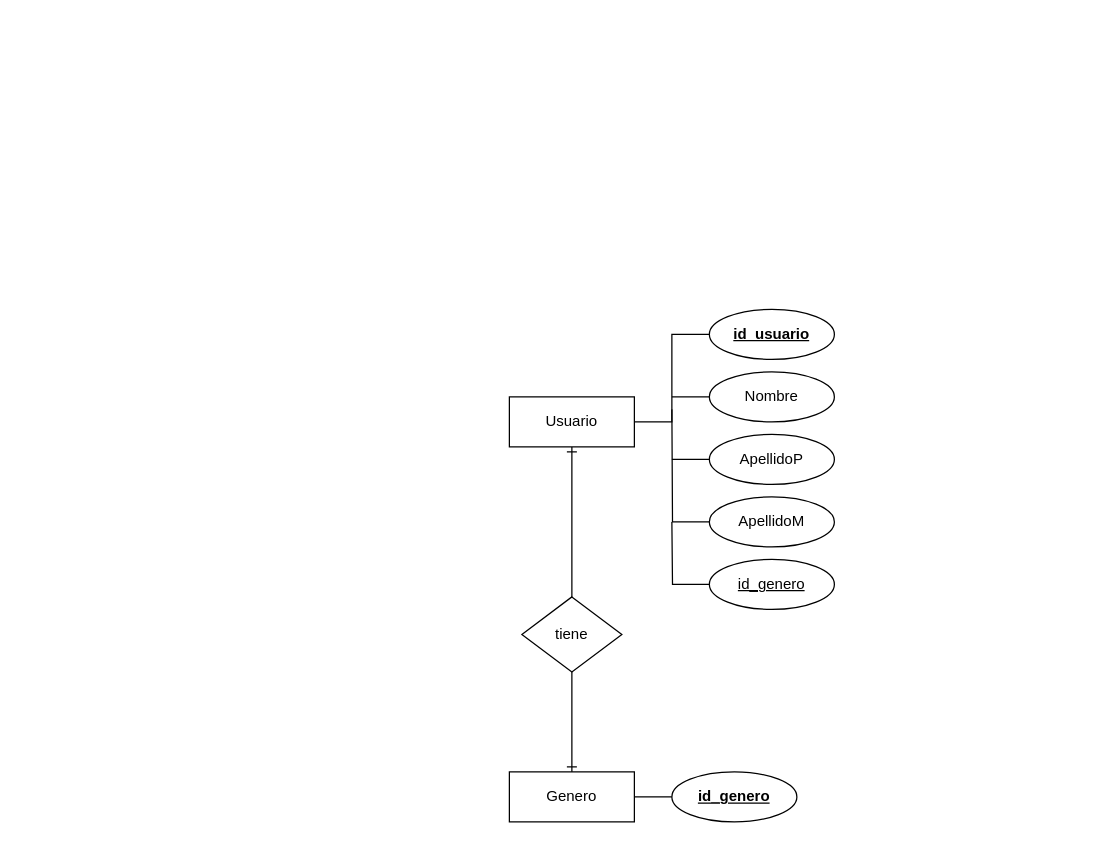
The draw.io diagram BD Gestion psicologia.drawio in achel13/drawio, before the edit. Source tidied: cells renumbered, new cells numbered last; positions are measured from the earlier drawing's top-left corner, leaving out a move shared by most shapes. Both pictures are drawn from the tidied source at 125%, with x=0, y=0 at pixel (509, 309).
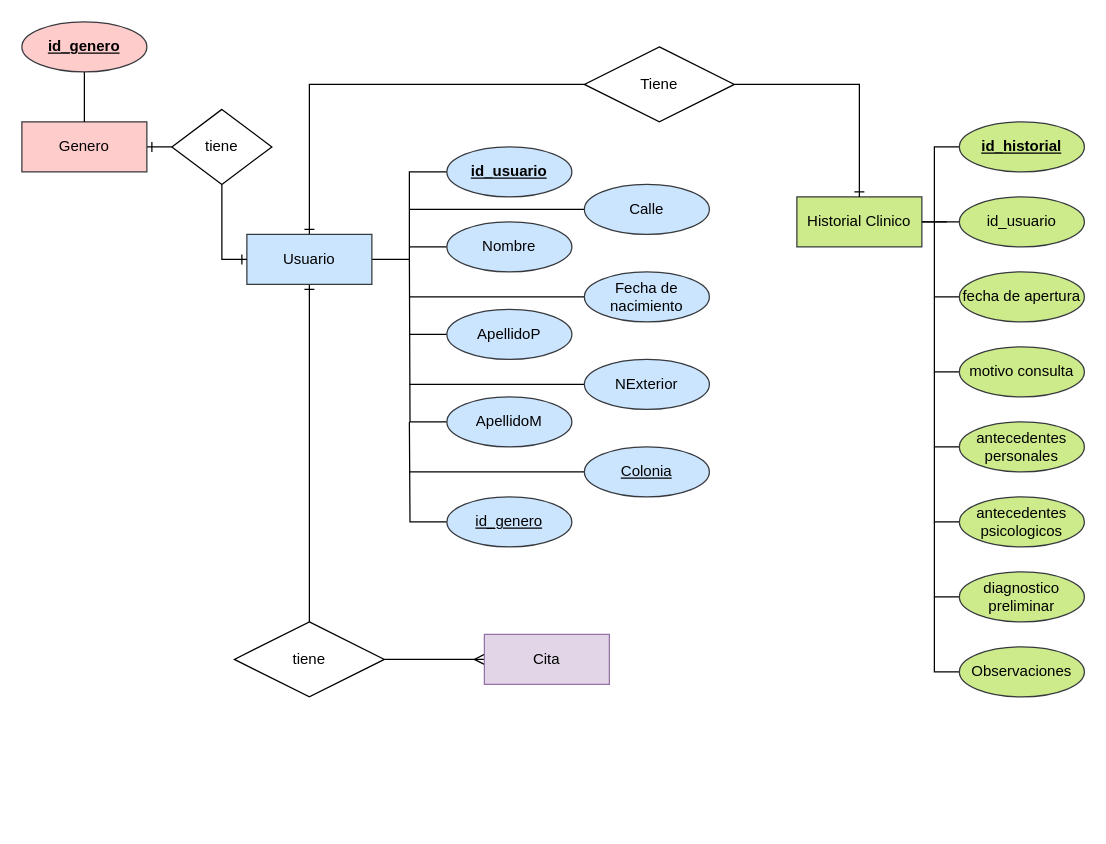
After the change.

Diff of the diagram source:
```diff
@@
+    <mxCell id="19" style="edgeStyle=orthogonalEdgeStyle;rounded=0;jettySize=auto;html=1;entryX=0;entryY=0.5;entryDx=0;entryDy=0;endArrow=none;endFill=0;startArrow=ERone;startFill=0;" parent="1" edge="1" source="3" target="32">
+      <mxGeometry relative="1" as="geometry">
+        <Array as="points">
+          <mxPoint x="-160" y="-180" />
+        </Array>
+      </mxGeometry>
+    </mxCell>
+    <mxCell id="20" style="edgeStyle=orthogonalEdgeStyle;rounded=0;jettySize=auto;html=1;endArrow=none;endFill=0;startArrow=ERone;startFill=0;" parent="1" edge="1" source="3">
+      <mxGeometry relative="1" as="geometry">
+        <mxPoint x="-160" y="250" as="targetPoint" />
+      </mxGeometry>
+    </mxCell>
-    <mxCell id="3" value="Usuario" style="whiteSpace=wrap;html=1;align=center;" parent="1" vertex="1">
-      <mxGeometry y="70" width="100" height="40" as="geometry" />
+    <mxCell id="3" value="Usuario" style="whiteSpace=wrap;html=1;align=center;fillColor=#cce5ff;strokeColor=#36393d;" parent="1" vertex="1">
+      <mxGeometry x="-210" y="-60" width="100" height="40" as="geometry" />
     </mxCell>
     <mxCell id="4" style="edgeStyle=orthogonalEdgeStyle;rounded=0;jettySize=auto;html=1;exitX=0;exitY=0.5;exitDx=0;exitDy=0;endArrow=none;endFill=0;" parent="1" edge="1" source="5">
       <mxGeometry relative="1" as="geometry">
-        <mxPoint x="130" y="69.7" as="targetPoint" />
+        <mxPoint x="-80" y="-50.3" as="targetPoint" />
       </mxGeometry>
     </mxCell>
-    <mxCell id="5" value="Nombre" style="ellipse;whiteSpace=wrap;html=1;align=center;" parent="1" vertex="1">
-      <mxGeometry x="160" y="50" width="100" height="40" as="geometry" />
+    <mxCell id="5" value="Nombre" style="ellipse;whiteSpace=wrap;html=1;align=center;fillColor=#cce5ff;strokeColor=#36393d;" parent="1" vertex="1">
+      <mxGeometry x="-50" y="-70" width="100" height="40" as="geometry" />
     </mxCell>
     <mxCell id="6" style="edgeStyle=orthogonalEdgeStyle;rounded=0;jettySize=auto;html=1;exitX=0;exitY=0.5;exitDx=0;exitDy=0;endArrow=none;endFill=0;" parent="1" edge="1" source="7">
       <mxGeometry relative="1" as="geometry">
-        <mxPoint x="130" y="119.7" as="targetPoint" />
+        <mxPoint x="-80" y="19.7" as="targetPoint" />
       </mxGeometry>
     </mxCell>
-    <mxCell id="7" value="ApellidoP" style="ellipse;whiteSpace=wrap;html=1;align=center;" parent="1" vertex="1">
-      <mxGeometry x="160" y="100" width="100" height="40" as="geometry" />
+    <mxCell id="7" value="ApellidoP" style="ellipse;whiteSpace=wrap;html=1;align=center;fillColor=#cce5ff;strokeColor=#36393d;" parent="1" vertex="1">
+      <mxGeometry x="-50" width="100" height="40" as="geometry" />
     </mxCell>
     <mxCell id="8" style="edgeStyle=orthogonalEdgeStyle;rounded=0;jettySize=auto;html=1;endArrow=none;endFill=0;" parent="1" edge="1" source="9">
       <mxGeometry relative="1" as="geometry">
-        <mxPoint x="130" y="80" as="targetPoint" />
+        <mxPoint x="-80" y="-40" as="targetPoint" />
       </mxGeometry>
     </mxCell>
-    <mxCell id="9" value="ApellidoM" style="ellipse;whiteSpace=wrap;html=1;align=center;" parent="1" vertex="1">
-      <mxGeometry x="160" y="150" width="100" height="40" as="geometry" />
+    <mxCell id="9" value="ApellidoM" style="ellipse;whiteSpace=wrap;html=1;align=center;fillColor=#cce5ff;strokeColor=#36393d;" parent="1" vertex="1">
+      <mxGeometry x="-50" y="70" width="100" height="40" as="geometry" />
     </mxCell>
-    <mxCell id="10" style="edgeStyle=orthogonalEdgeStyle;rounded=0;jettySize=auto;html=1;entryX=0.5;entryY=1;entryDx=0;entryDy=0;endArrow=ERone;endFill=0;" parent="1" edge="1" source="12" target="3">
+    <mxCell id="10" style="edgeStyle=orthogonalEdgeStyle;rounded=0;jettySize=auto;html=1;entryX=0;entryY=0.5;entryDx=0;entryDy=0;endArrow=ERone;endFill=0;" parent="1" edge="1" source="12" target="3">
       <mxGeometry relative="1" as="geometry" />
     </mxCell>
-    <mxCell id="11" style="edgeStyle=orthogonalEdgeStyle;rounded=0;jettySize=auto;html=1;endArrow=ERone;endFill=0;" parent="1" edge="1" source="12" target="16">
+    <mxCell id="11" style="edgeStyle=orthogonalEdgeStyle;rounded=0;jettySize=auto;html=1;entryX=1;entryY=0.5;entryDx=0;entryDy=0;endArrow=ERone;endFill=0;" parent="1" edge="1" source="12" target="16">
       <mxGeometry relative="1" as="geometry" />
     </mxCell>
     <mxCell id="12" value="tiene" style="shape=rhombus;perimeter=rhombusPerimeter;whiteSpace=wrap;html=1;align=center;" parent="1" vertex="1">
-      <mxGeometry x="10" y="230" width="80" height="60" as="geometry" />
+      <mxGeometry x="-270" y="-160" width="80" height="60" as="geometry" />
     </mxCell>
-    <mxCell id="13" value="id_usuario" style="ellipse;whiteSpace=wrap;html=1;align=center;fontStyle=5;" parent="1" vertex="1">
-      <mxGeometry x="160" width="100" height="40" as="geometry" />
+    <mxCell id="13" value="id_usuario" style="ellipse;whiteSpace=wrap;html=1;align=center;fontStyle=5;fillColor=#cce5ff;strokeColor=#36393d;" parent="1" vertex="1">
+      <mxGeometry x="-50" y="-130" width="100" height="40" as="geometry" />
     </mxCell>
     <mxCell id="14" style="edgeStyle=orthogonalEdgeStyle;rounded=0;jettySize=auto;html=1;endArrow=none;endFill=0;" parent="1" edge="1" source="15">
       <mxGeometry relative="1" as="geometry">
-        <mxPoint x="130" y="170" as="targetPoint" />
+        <mxPoint x="-80" y="90" as="targetPoint" />
       </mxGeometry>
     </mxCell>
-    <mxCell id="15" value="id_genero" style="ellipse;whiteSpace=wrap;html=1;align=center;fontStyle=4;" parent="1" vertex="1">
-      <mxGeometry x="160" y="200" width="100" height="40" as="geometry" />
+    <mxCell id="15" value="id_genero" style="ellipse;whiteSpace=wrap;html=1;align=center;fontStyle=4;fillColor=#cce5ff;strokeColor=#36393d;" parent="1" vertex="1">
+      <mxGeometry x="-50" y="150" width="100" height="40" as="geometry" />
     </mxCell>
-    <mxCell id="16" value="Genero" style="whiteSpace=wrap;html=1;align=center;" parent="1" vertex="1">
-      <mxGeometry y="370" width="100" height="40" as="geometry" />
+    <mxCell id="16" value="Genero" style="whiteSpace=wrap;html=1;align=center;fillColor=#ffcccc;strokeColor=#36393d;" parent="1" vertex="1">
+      <mxGeometry x="-390" y="-150" width="100" height="40" as="geometry" />
     </mxCell>
-    <mxCell id="17" style="edgeStyle=orthogonalEdgeStyle;rounded=0;jettySize=auto;html=1;exitX=0;exitY=0.5;exitDx=0;exitDy=0;endArrow=none;endFill=0;" parent="1" edge="1" source="18" target="16">
+    <mxCell id="17" style="edgeStyle=orthogonalEdgeStyle;rounded=0;jettySize=auto;html=1;exitX=0.5;exitY=1;exitDx=0;exitDy=0;endArrow=none;endFill=0;" parent="1" edge="1" source="18" target="16">
       <mxGeometry relative="1" as="geometry" />
     </mxCell>
-    <mxCell id="18" value="id_genero" style="ellipse;whiteSpace=wrap;html=1;align=center;fontStyle=5;" parent="1" vertex="1">
-      <mxGeometry x="130" y="370" width="100" height="40" as="geometry" />
+    <mxCell id="18" value="id_genero" style="ellipse;whiteSpace=wrap;html=1;align=center;fontStyle=5;fillColor=#ffcccc;strokeColor=#36393d;" parent="1" vertex="1">
+      <mxGeometry x="-390" y="-230" width="100" height="40" as="geometry" />
     </mxCell>
+    <mxCell id="21" style="edgeStyle=orthogonalEdgeStyle;rounded=0;jettySize=auto;html=1;endArrow=none;endFill=0;" parent="1" edge="1" source="22">
+      <mxGeometry relative="1" as="geometry">
+        <mxPoint x="-80" y="-10" as="targetPoint" />
+      </mxGeometry>
+    </mxCell>
+    <mxCell id="22" value="Fecha de nacimiento" style="ellipse;whiteSpace=wrap;html=1;align=center;fillColor=#cce5ff;strokeColor=#36393d;" parent="1" vertex="1">
+      <mxGeometry x="60" y="-30" width="100" height="40" as="geometry" />
+    </mxCell>
+    <mxCell id="23" style="edgeStyle=orthogonalEdgeStyle;rounded=0;jettySize=auto;html=1;endArrow=none;endFill=0;" parent="1" edge="1" source="24">
+      <mxGeometry relative="1" as="geometry">
+        <mxPoint x="-80" y="-80" as="targetPoint" />
+      </mxGeometry>
+    </mxCell>
+    <mxCell id="24" value="Calle" style="ellipse;whiteSpace=wrap;html=1;align=center;fillColor=#cce5ff;strokeColor=#36393d;" parent="1" vertex="1">
+      <mxGeometry x="60" y="-100" width="100" height="40" as="geometry" />
+    </mxCell>
+    <mxCell id="25" style="edgeStyle=orthogonalEdgeStyle;rounded=0;jettySize=auto;html=1;endArrow=none;endFill=0;" parent="1" edge="1" source="26">
+      <mxGeometry relative="1" as="geometry">
+        <mxPoint x="-80" y="60" as="targetPoint" />
+      </mxGeometry>
+    </mxCell>
+    <mxCell id="26" value="NExterior" style="ellipse;whiteSpace=wrap;html=1;align=center;fillColor=#cce5ff;strokeColor=#36393d;" parent="1" vertex="1">
+      <mxGeometry x="60" y="40" width="100" height="40" as="geometry" />
+    </mxCell>
+    <mxCell id="27" style="edgeStyle=orthogonalEdgeStyle;rounded=0;jettySize=auto;html=1;endArrow=none;endFill=0;" parent="1" edge="1" source="28">
+      <mxGeometry relative="1" as="geometry">
+        <mxPoint x="-80" y="130" as="targetPoint" />
+      </mxGeometry>
+    </mxCell>
+    <mxCell id="28" value="Colonia" style="ellipse;whiteSpace=wrap;html=1;align=center;fontStyle=4;fillColor=#cce5ff;strokeColor=#36393d;" parent="1" vertex="1">
+      <mxGeometry x="60" y="110" width="100" height="40" as="geometry" />
+    </mxCell>
+    <mxCell id="29" style="edgeStyle=orthogonalEdgeStyle;rounded=0;jettySize=auto;html=1;exitX=1;exitY=0.5;exitDx=0;exitDy=0;endArrow=none;endFill=0;" parent="1" edge="1" source="30">
+      <mxGeometry relative="1" as="geometry">
+        <mxPoint x="350" y="-70" as="targetPoint" />
+      </mxGeometry>
+    </mxCell>
+    <mxCell id="30" value="Historial Clinico" style="whiteSpace=wrap;html=1;align=center;fillColor=#cdeb8b;strokeColor=#36393d;" parent="1" vertex="1">
+      <mxGeometry x="230" y="-90" width="100" height="40" as="geometry" />
+    </mxCell>
+    <mxCell id="31" style="edgeStyle=orthogonalEdgeStyle;rounded=0;jettySize=auto;html=1;entryX=0.5;entryY=0;entryDx=0;entryDy=0;endArrow=ERone;endFill=0;startArrow=none;startFill=0;" parent="1" edge="1" source="32" target="30">
+      <mxGeometry relative="1" as="geometry" />
+    </mxCell>
+    <mxCell id="32" value="Tiene" style="shape=rhombus;perimeter=rhombusPerimeter;whiteSpace=wrap;html=1;align=center;" parent="1" vertex="1">
+      <mxGeometry x="60" y="-210" width="120" height="60" as="geometry" />
+    </mxCell>
+    <mxCell id="33" style="edgeStyle=orthogonalEdgeStyle;rounded=0;jettySize=auto;html=1;endArrow=none;endFill=0;" parent="1" edge="1" source="34">
+      <mxGeometry relative="1" as="geometry">
+        <mxPoint x="340" y="-70" as="targetPoint" />
+      </mxGeometry>
+    </mxCell>
+    <mxCell id="34" value="id_historial" style="ellipse;whiteSpace=wrap;html=1;align=center;fontStyle=5;fillColor=#cdeb8b;strokeColor=#36393d;" parent="1" vertex="1">
+      <mxGeometry x="360" y="-150" width="100" height="40" as="geometry" />
+    </mxCell>
+    <mxCell id="35" style="edgeStyle=orthogonalEdgeStyle;rounded=0;jettySize=auto;html=1;entryX=1;entryY=0.5;entryDx=0;entryDy=0;endArrow=none;endFill=0;" parent="1" edge="1" source="36" target="30">
+      <mxGeometry relative="1" as="geometry" />
+    </mxCell>
+    <mxCell id="36" value="id_usuario" style="ellipse;whiteSpace=wrap;html=1;align=center;fillColor=#cdeb8b;strokeColor=#36393d;" parent="1" vertex="1">
+      <mxGeometry x="360" y="-90" width="100" height="40" as="geometry" />
+    </mxCell>
+    <mxCell id="37" style="edgeStyle=orthogonalEdgeStyle;rounded=0;jettySize=auto;html=1;endArrow=none;endFill=0;" parent="1" edge="1" source="38">
+      <mxGeometry relative="1" as="geometry">
+        <mxPoint x="340" y="50" as="targetPoint" />
+      </mxGeometry>
+    </mxCell>
+    <mxCell id="38" value="antecedentes personales" style="ellipse;whiteSpace=wrap;html=1;align=center;fillColor=#cdeb8b;strokeColor=#36393d;" parent="1" vertex="1">
+      <mxGeometry x="360" y="90" width="100" height="40" as="geometry" />
+    </mxCell>
+    <mxCell id="39" style="edgeStyle=orthogonalEdgeStyle;rounded=0;jettySize=auto;html=1;endArrow=none;endFill=0;" parent="1" edge="1" source="40">
+      <mxGeometry relative="1" as="geometry">
+        <mxPoint x="340" y="-10" as="targetPoint" />
+      </mxGeometry>
+    </mxCell>
+    <mxCell id="40" value="motivo consulta" style="ellipse;whiteSpace=wrap;html=1;align=center;fillColor=#cdeb8b;strokeColor=#36393d;" parent="1" vertex="1">
+      <mxGeometry x="360" y="30" width="100" height="40" as="geometry" />
+    </mxCell>
+    <mxCell id="41" style="edgeStyle=orthogonalEdgeStyle;rounded=0;jettySize=auto;html=1;endArrow=none;endFill=0;" parent="1" edge="1" source="42">
+      <mxGeometry relative="1" as="geometry">
+        <mxPoint x="340" y="110" as="targetPoint" />
+      </mxGeometry>
+    </mxCell>
+    <mxCell id="42" value="antecedentes psicologicos" style="ellipse;whiteSpace=wrap;html=1;align=center;fillColor=#cdeb8b;strokeColor=#36393d;" parent="1" vertex="1">
+      <mxGeometry x="360" y="150" width="100" height="40" as="geometry" />
+    </mxCell>
+    <mxCell id="43" style="edgeStyle=orthogonalEdgeStyle;rounded=0;jettySize=auto;html=1;endArrow=none;endFill=0;" parent="1" edge="1" source="44">
+      <mxGeometry relative="1" as="geometry">
+        <mxPoint x="340" y="-70" as="targetPoint" />
+      </mxGeometry>
+    </mxCell>
+    <mxCell id="44" value="fecha de apertura" style="ellipse;whiteSpace=wrap;html=1;align=center;fillColor=#cdeb8b;strokeColor=#36393d;" parent="1" vertex="1">
+      <mxGeometry x="360" y="-30" width="100" height="40" as="geometry" />
+    </mxCell>
+    <mxCell id="45" style="edgeStyle=orthogonalEdgeStyle;rounded=0;jettySize=auto;html=1;endArrow=none;endFill=0;" parent="1" edge="1" source="46">
+      <mxGeometry relative="1" as="geometry">
+        <mxPoint x="340" y="170" as="targetPoint" />
+      </mxGeometry>
+    </mxCell>
+    <mxCell id="46" value="diagnostico preliminar" style="ellipse;whiteSpace=wrap;html=1;align=center;fillColor=#cdeb8b;strokeColor=#36393d;" parent="1" vertex="1">
+      <mxGeometry x="360" y="210" width="100" height="40" as="geometry" />
+    </mxCell>
+    <mxCell id="47" style="edgeStyle=orthogonalEdgeStyle;rounded=0;jettySize=auto;html=1;endArrow=none;endFill=0;" parent="1" edge="1" source="48">
+      <mxGeometry relative="1" as="geometry">
+        <mxPoint x="340" y="230" as="targetPoint" />
+      </mxGeometry>
+    </mxCell>
+    <mxCell id="48" value="Observaciones" style="ellipse;whiteSpace=wrap;html=1;align=center;fillColor=#cdeb8b;strokeColor=#36393d;" parent="1" vertex="1">
+      <mxGeometry x="360" y="270" width="100" height="40" as="geometry" />
+    </mxCell>
+    <mxCell id="49" style="edgeStyle=orthogonalEdgeStyle;rounded=0;jettySize=auto;html=1;entryX=0;entryY=0.5;entryDx=0;entryDy=0;endArrow=ERmany;endFill=0;" parent="1" edge="1" source="50" target="51">
+      <mxGeometry relative="1" as="geometry" />
+    </mxCell>
+    <mxCell id="50" value="tiene" style="shape=rhombus;perimeter=rhombusPerimeter;whiteSpace=wrap;html=1;align=center;" parent="1" vertex="1">
+      <mxGeometry x="-220" y="250" width="120" height="60" as="geometry" />
+    </mxCell>
+    <mxCell id="51" value="Cita" style="whiteSpace=wrap;html=1;align=center;fillColor=#e1d5e7;strokeColor=#9673a6;" parent="1" vertex="1">
+      <mxGeometry x="-20" y="260" width="100" height="40" as="geometry" />
+    </mxCell>
```
